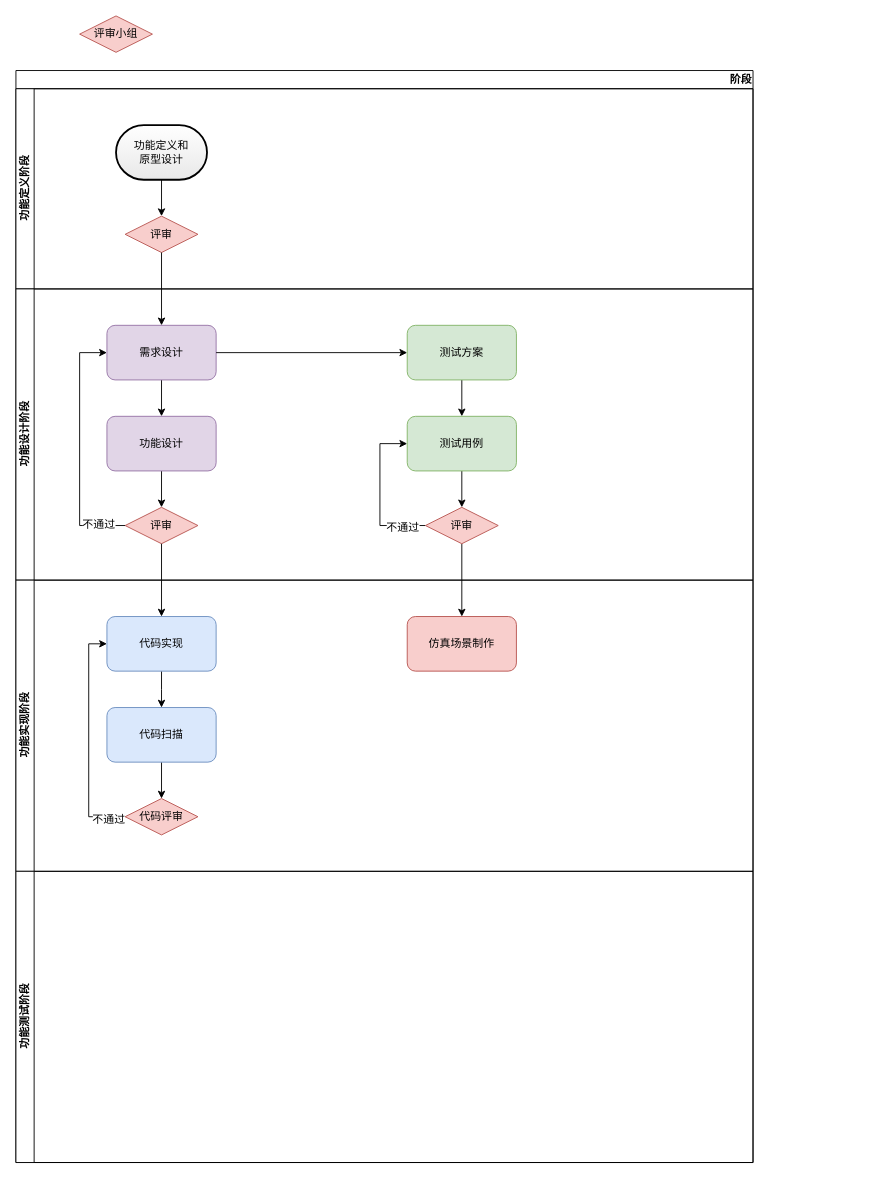
Above: 未命名绘图.drawio in dva9999/MS (draw.io), before the change. Source tidied: cells renumbered, new cells numbered last; positions are measured from the earlier drawing's top-left corner, leaving out a move shared by most shapes. Both pictures are drawn from the tidied source at 91%, with x=0, y=0 at pixel (15, 15).
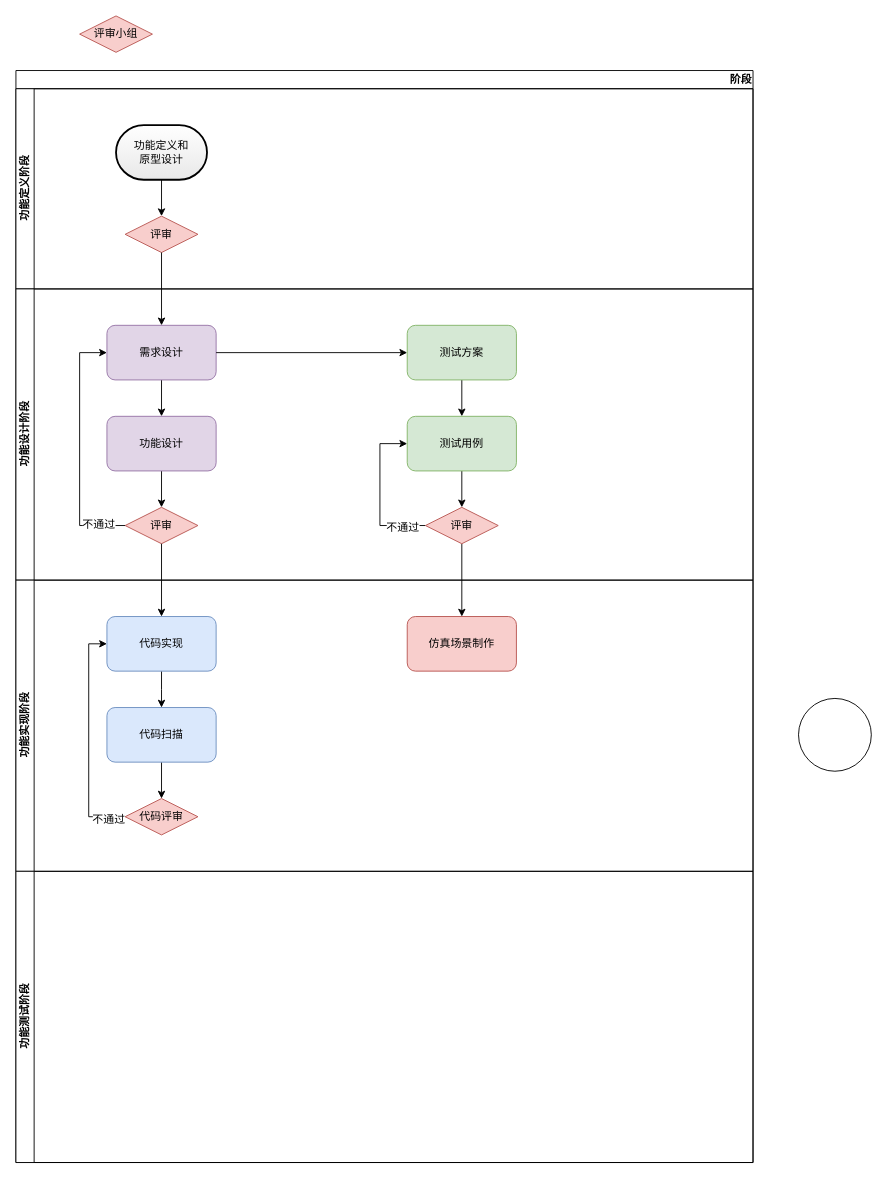
The same page after the edit.

Commit message:
更新未命名绘图.drawio

The edit, as a diff of the source:
```diff
@@
+    <mxCell id="38" style="ellipse;whiteSpace=wrap;html=1;" parent="1" vertex="1">
+      <mxGeometry x="860" y="750" width="80" height="80" as="geometry" />
+    </mxCell>
```
